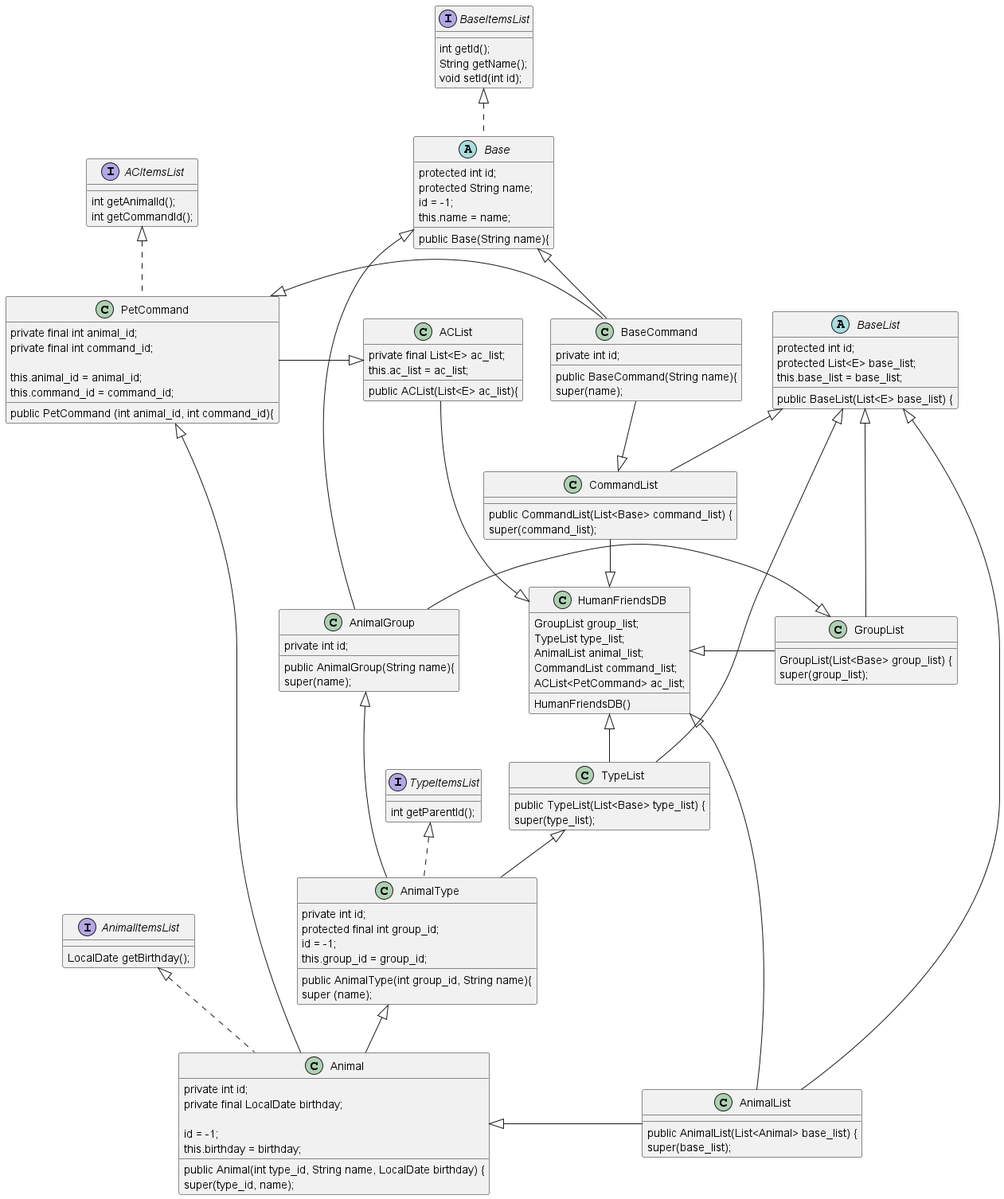
Earlier version of the PlantUML export Task_6_12_SQL/PetsDiagram.png (Avexei2022/2023_12_03_Control_HW). Its diagram source:
```plantuml
@startuml



class HumanFriendsDB {
GroupList group_list;
TypeList type_list;
AnimalList animal_list;
CommandList command_list;
ACList<PetCommand> ac_list;
HumanFriendsDB()
}

HumanFriendsDB <|- GroupList
HumanFriendsDB <|-- TypeList
CommandList --|> HumanFriendsDB
ACList -|> HumanFriendsDB
AnimalList --|> HumanFriendsDB

GroupList <|- AnimalGroup
TypeList <|-- AnimalType
Animal <|- AnimalList

ACList <|- PetCommand
PetCommand <|- Animal
PetCommand <|- BaseCommand
BaseCommand --|> CommandList




class GroupList extends BaseList {
GroupList(List<Base> group_list) {
super(group_list);
 }


class AnimalGroup extends Base {
private int id;
public AnimalGroup(String name){
super(name);
}


class TypeList extends BaseList {
public TypeList(List<Base> type_list) {
super(type_list);
}

abstract class BaseList{
protected int id;
protected List<E> base_list;
public BaseList(List<E> base_list) {
this.base_list = base_list;
}

abstract class Base implements BaseItemsList{
 protected int id;
 protected String name;
 public Base(String name){
 id = -1;
 this.name = name;
 }

interface BaseItemsList {
     int getId();
     String getName();
     void setId(int id);
 }


 class AnimalType extends AnimalGroup implements TypeItemsList {
     private int id;
     protected final int group_id;
      public AnimalType(int group_id, String name){
         super (name);
          id = -1;
         this.group_id = group_id;
     }

interface TypeItemsList {
     int getParentId();
  }

class AnimalList extends BaseList {

     public AnimalList(List<Animal> base_list) {
        super(base_list);
    }


class Animal extends AnimalType implements AnimalItemsList {
     private int id;
     private final LocalDate birthday;

     public Animal(int type_id, String name, LocalDate birthday) {
         super(type_id, name);
         id = -1;
         this.birthday = birthday;
     }

interface AnimalItemsList {
     LocalDate getBirthday();
  }


class CommandList extends BaseList {

      public CommandList(List<Base> command_list) {
          super(command_list);
      }

class BaseCommand extends Base {
    private int id;

    public BaseCommand(String name){
        super(name);

    }

class PetCommand implements ACItemsList {

    private final int animal_id;
    private final int command_id;

    public PetCommand (int animal_id, int command_id){
        this.animal_id = animal_id;
        this.command_id = command_id;
    }


class ACList {
    private final List<E> ac_list;
    public ACList(List<E> ac_list){
        this.ac_list = ac_list;
    }


interface ACItemsList {
    int getAnimalId();
    int getCommandId();

}

@enduml
```
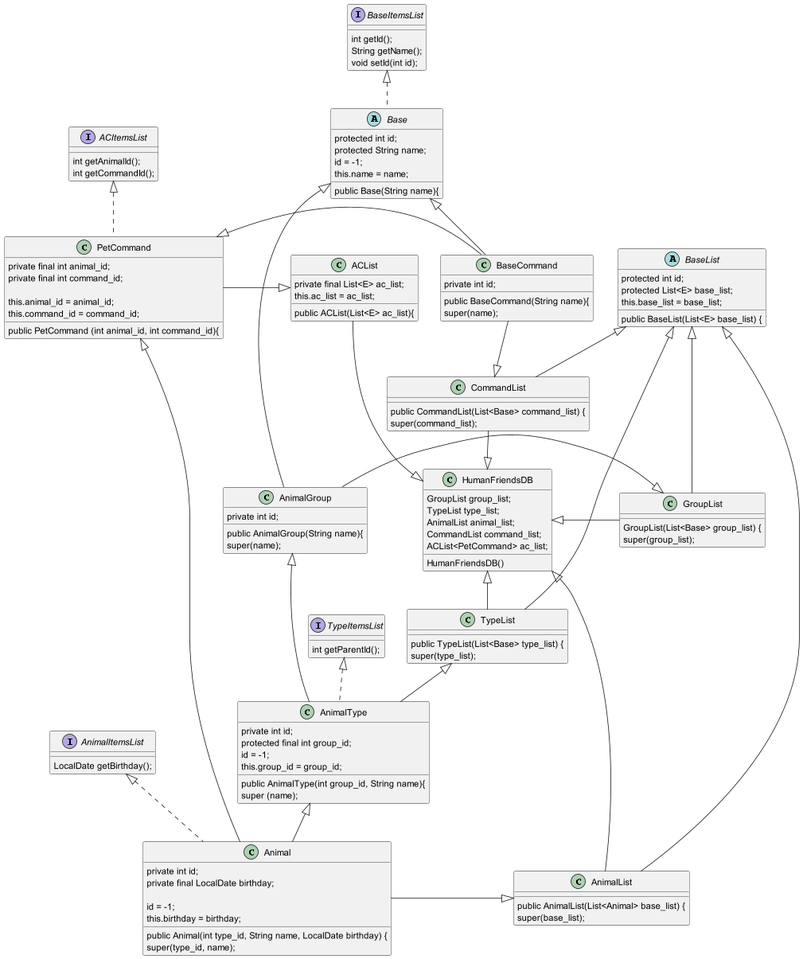
After the commit.

Commit message:
Исправлено направление стрелки в диаграмме

The edit, as a diff of the source:
```diff
@@ -19,7 +19,7 @@
 
 GroupList <|- AnimalGroup
 TypeList <|-- AnimalType
-Animal <|- AnimalList
+Animal -|> AnimalList
 
 ACList <|- PetCommand
 PetCommand <|- Animal
```
